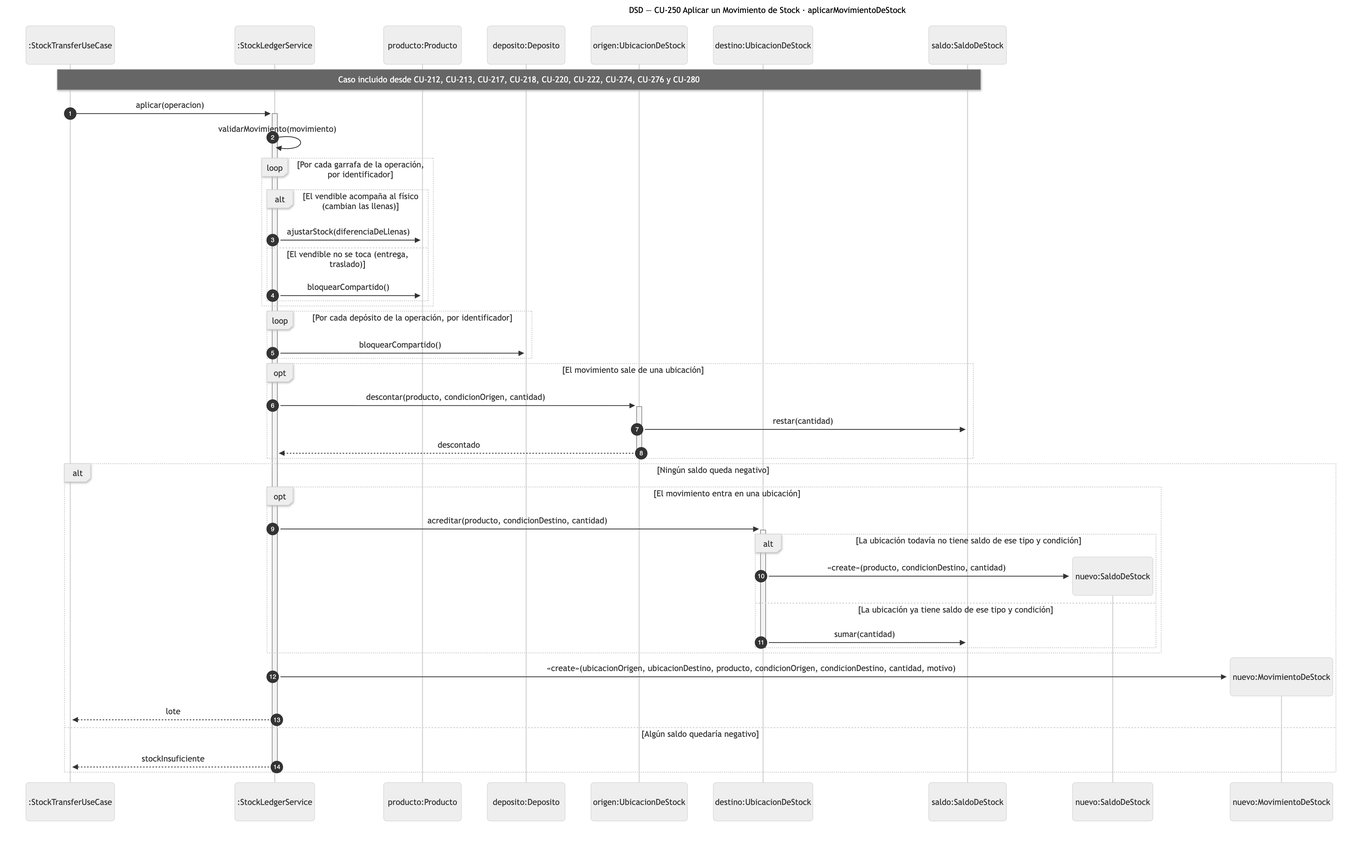
Above: diagramas/png/DSD_CU-250_aplicarMovimientoDeStock.png in Nahuelito-Dev/splg-docs (Mermaid), before the change. Its source is kept beside it as diagramas/DSD_CU-250_aplicarMovimientoDeStock.mmd.
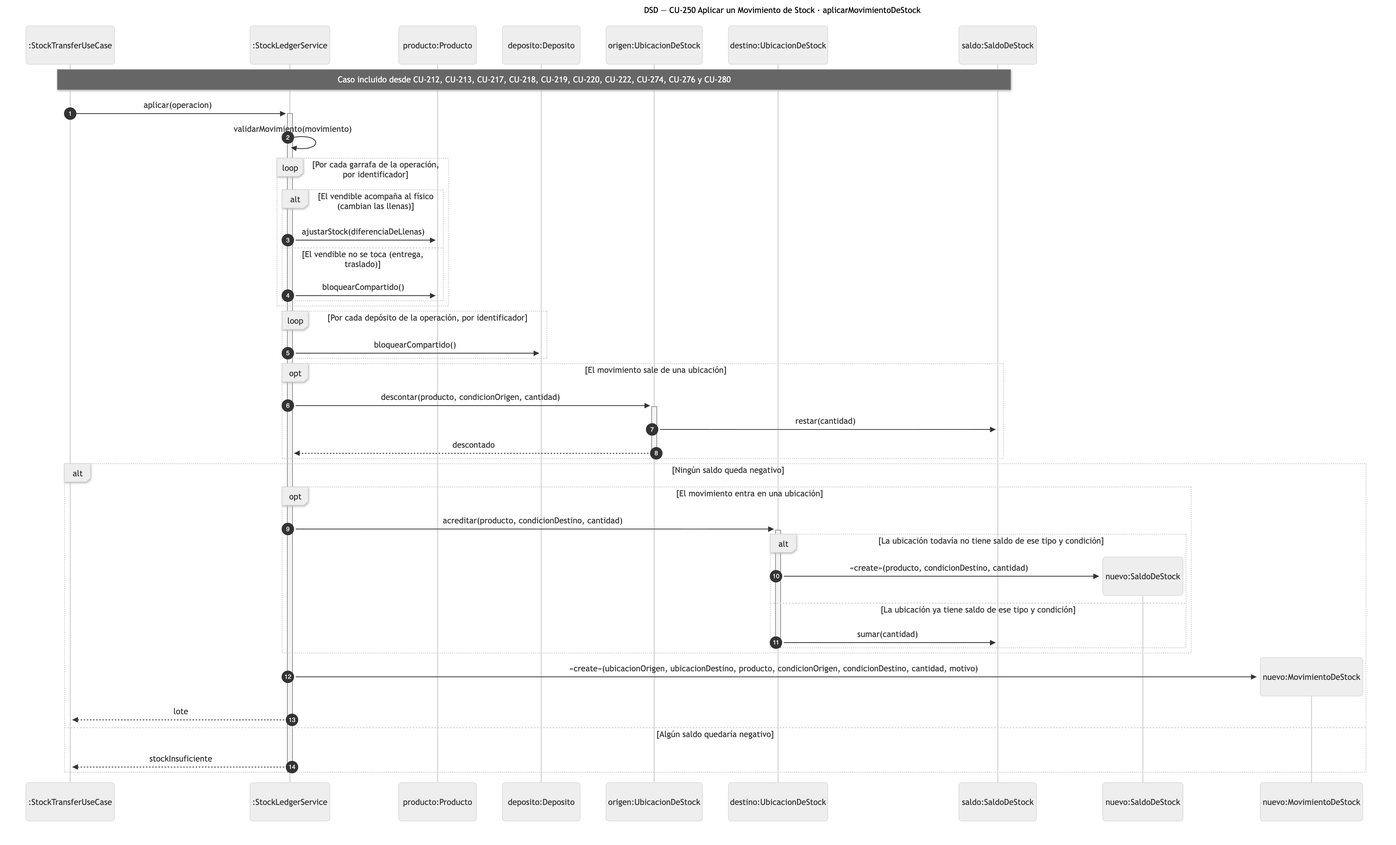
Above is the later version.

What changed in the source:
```diff
@@ -9,7 +9,7 @@
     participant UBD as destino:UbicacionDeStock
     participant SAL as saldo:SaldoDeStock
 
-    Note over CTL,SAL: Caso incluido desde CU-212, CU-213, CU-217, CU-218, CU-220, CU-222, CU-274, CU-276 y CU-280
+    Note over CTL,SAL: Caso incluido desde CU-212, CU-213, CU-217, CU-218, CU-219, CU-220, CU-222, CU-274, CU-276 y CU-280
     CTL->>+LED: aplicar(operacion)
     LED->>LED: validarMovimiento(movimiento)
     loop Por cada garrafa de la operación, por identificador
```
